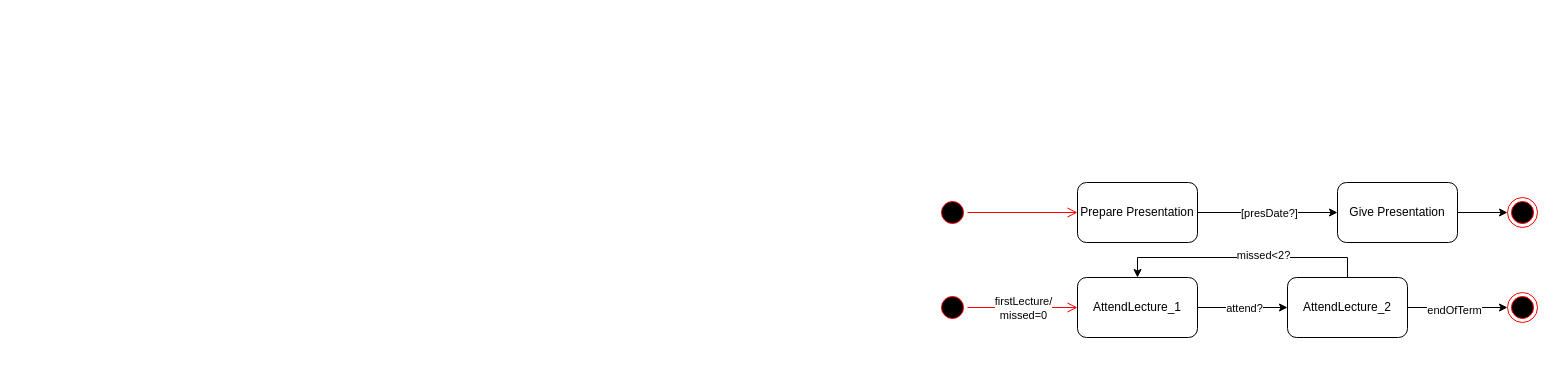
The draw.io diagram Experiment_5.drawio in chanu4321/SE-Lab, before the edit. Source tidied: cells renumbered, new cells numbered last; positions are measured from the earlier drawing's top-left corner, leaving out a move shared by most shapes. Both pictures are drawn from the tidied source at 100%, with x=0, y=0 at pixel (937, 182).
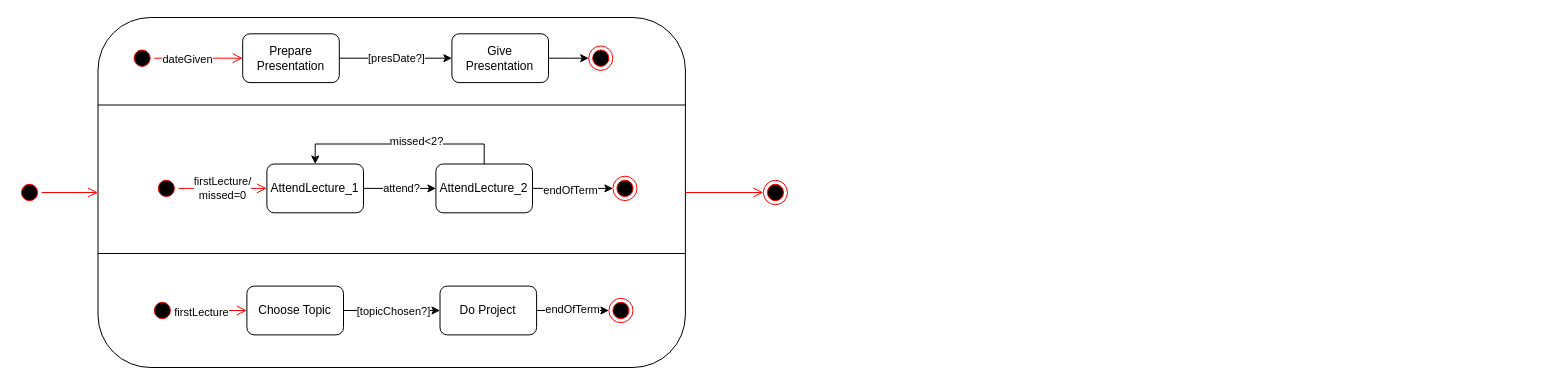
The same page after the edit.

Commit message:
Update State Machine

What changed in the source:
```diff
@@
+    <mxCell id="22" style="group;" parent="1" vertex="1">
+      <mxGeometry x="-920" y="-165" width="770" height="350" as="geometry" />
+    </mxCell>
+    <mxCell id="23" style="rounded=1;whiteSpace=wrap;html=1;" parent="22" vertex="1">
+      <mxGeometry x="80.5" width="587.4" height="350" as="geometry" />
+    </mxCell>
+    <mxCell id="24" style="group;" parent="22" vertex="1">
+      <mxGeometry x="112.6" y="16.3" width="482.8" height="48.8" as="geometry" />
+    </mxCell>
-    <mxCell id="2" style="ellipse;html=1;shape=startState;fillColor=#000000;strokeColor=#ff0000;" parent="1" vertex="1">
-      <mxGeometry y="15" width="30" height="30" as="geometry" />
+    <mxCell id="2" style="ellipse;html=1;shape=startState;fillColor=#000000;strokeColor=#ff0000;" parent="24" vertex="1">
+      <mxGeometry y="12.2" width="24.1" height="24.4" as="geometry" />
     </mxCell>
-    <mxCell id="3" style="edgeStyle=orthogonalEdgeStyle;html=1;verticalAlign=bottom;endArrow=open;endSize=8;strokeColor=#ff0000;rounded=0;entryX=0;entryY=0.5;entryDx=0;entryDy=0;exitX=1;exitY=0.5;exitDx=0;exitDy=0;" parent="1" edge="1" source="2" target="6">
+    <mxCell id="3" style="edgeStyle=orthogonalEdgeStyle;html=1;verticalAlign=bottom;endArrow=open;endSize=8;strokeColor=#ff0000;rounded=0;entryX=0;entryY=0.5;entryDx=0;entryDy=0;exitX=1;exitY=0.5;exitDx=0;exitDy=0;" parent="24" edge="1" source="2" target="6">
       <mxGeometry relative="1" as="geometry" />
     </mxCell>
+    <mxCell id="25" value="dateGiven" style="edgeLabel;html=1;align=center;verticalAlign=middle;" parent="3" vertex="1">
+      <mxGeometry x="-0.25" y="-1" relative="1" as="geometry" />
+    </mxCell>
-    <mxCell id="4" style="edgeStyle=orthogonalEdgeStyle;rounded=0;jettySize=auto;html=1;entryX=0;entryY=0.5;entryDx=0;entryDy=0;" parent="1" edge="1" source="6" target="8">
+    <mxCell id="4" style="edgeStyle=orthogonalEdgeStyle;rounded=0;jettySize=auto;html=1;entryX=0;entryY=0.5;entryDx=0;entryDy=0;" parent="24" edge="1" source="6" target="8">
       <mxGeometry relative="1" as="geometry" />
     </mxCell>
@@
-    <mxCell id="6" value="Prepare Presentation" style="rounded=1;whiteSpace=wrap;html=1;" parent="1" vertex="1">
-      <mxGeometry x="140" width="120" height="60" as="geometry" />
+    <mxCell id="6" value="Prepare Presentation" style="rounded=1;whiteSpace=wrap;html=1;" parent="24" vertex="1">
+      <mxGeometry x="112.6" width="96.6" height="48.8" as="geometry" />
     </mxCell>
-    <mxCell id="7" style="edgeStyle=orthogonalEdgeStyle;rounded=0;jettySize=auto;html=1;entryX=0;entryY=0.5;entryDx=0;entryDy=0;" parent="1" edge="1" source="8" target="9">
+    <mxCell id="7" style="edgeStyle=orthogonalEdgeStyle;rounded=0;jettySize=auto;html=1;entryX=0;entryY=0.5;entryDx=0;entryDy=0;" parent="24" edge="1" source="8" target="9">
       <mxGeometry relative="1" as="geometry" />
     </mxCell>
-    <mxCell id="8" value="Give Presentation" style="rounded=1;whiteSpace=wrap;html=1;" parent="1" vertex="1">
-      <mxGeometry x="400" width="120" height="60" as="geometry" />
+    <mxCell id="8" value="Give Presentation" style="rounded=1;whiteSpace=wrap;html=1;" parent="24" vertex="1">
+      <mxGeometry x="321.8" width="96.6" height="48.8" as="geometry" />
     </mxCell>
-    <mxCell id="9" style="ellipse;html=1;shape=endState;fillColor=#000000;strokeColor=#ff0000;" parent="1" vertex="1">
-      <mxGeometry x="570" y="15" width="30" height="30" as="geometry" />
+    <mxCell id="9" style="ellipse;html=1;shape=endState;fillColor=#000000;strokeColor=#ff0000;" parent="24" vertex="1">
+      <mxGeometry x="458.6" y="12.2" width="24.1" height="24.4" as="geometry" />
     </mxCell>
+    <mxCell id="26" style="group;" parent="22" vertex="1">
+      <mxGeometry x="136.8" y="146.5" width="482.8" height="48.8" as="geometry" />
+    </mxCell>
-    <mxCell id="10" style="ellipse;html=1;shape=startState;fillColor=#000000;strokeColor=#ff0000;" parent="1" vertex="1">
-      <mxGeometry y="110" width="30" height="30" as="geometry" />
+    <mxCell id="10" style="ellipse;html=1;shape=startState;fillColor=#000000;strokeColor=#ff0000;" parent="26" vertex="1">
+      <mxGeometry y="12.2" width="24.1" height="24.4" as="geometry" />
     </mxCell>
-    <mxCell id="11" style="edgeStyle=orthogonalEdgeStyle;html=1;verticalAlign=bottom;endArrow=open;endSize=8;strokeColor=#ff0000;rounded=0;entryX=0;entryY=0.5;entryDx=0;entryDy=0;exitX=1;exitY=0.5;exitDx=0;exitDy=0;" parent="1" edge="1" source="10" target="15">
+    <mxCell id="11" style="edgeStyle=orthogonalEdgeStyle;html=1;verticalAlign=bottom;endArrow=open;endSize=8;strokeColor=#ff0000;rounded=0;entryX=0;entryY=0.5;entryDx=0;entryDy=0;exitX=1;exitY=0.5;exitDx=0;exitDy=0;" parent="26" edge="1" source="10" target="15">
       <mxGeometry relative="1" as="geometry" />
     </mxCell>
@@
-    <mxCell id="13" style="edgeStyle=orthogonalEdgeStyle;rounded=0;jettySize=auto;html=1;entryX=0;entryY=0.5;entryDx=0;entryDy=0;" parent="1" edge="1" source="15" target="20">
+    <mxCell id="13" style="edgeStyle=orthogonalEdgeStyle;rounded=0;jettySize=auto;html=1;entryX=0;entryY=0.5;entryDx=0;entryDy=0;" parent="26" edge="1" source="15" target="20">
       <mxGeometry relative="1" as="geometry" />
     </mxCell>
@@
-    <mxCell id="15" value="AttendLecture_1" style="rounded=1;whiteSpace=wrap;html=1;" parent="1" vertex="1">
-      <mxGeometry x="140" y="95" width="120" height="60" as="geometry" />
+    <mxCell id="15" value="AttendLecture_1" style="rounded=1;whiteSpace=wrap;html=1;" parent="26" vertex="1">
+      <mxGeometry x="112.6" width="96.6" height="48.8" as="geometry" />
     </mxCell>
-    <mxCell id="16" style="edgeStyle=orthogonalEdgeStyle;rounded=0;jettySize=auto;html=1;entryX=0;entryY=0.5;entryDx=0;entryDy=0;" parent="1" edge="1" source="20" target="21">
+    <mxCell id="16" style="edgeStyle=orthogonalEdgeStyle;rounded=0;jettySize=auto;html=1;entryX=0;entryY=0.5;entryDx=0;entryDy=0;" parent="26" edge="1" source="20" target="21">
       <mxGeometry relative="1" as="geometry" />
     </mxCell>
@@
-    <mxCell id="18" style="edgeStyle=orthogonalEdgeStyle;rounded=0;jettySize=auto;html=1;entryX=0.5;entryY=0;entryDx=0;entryDy=0;exitX=0.5;exitY=0;exitDx=0;exitDy=0;" parent="1" edge="1" source="20" target="15">
+    <mxCell id="18" style="edgeStyle=orthogonalEdgeStyle;rounded=0;jettySize=auto;html=1;entryX=0.5;entryY=0;entryDx=0;entryDy=0;exitX=0.5;exitY=0;exitDx=0;exitDy=0;" parent="26" edge="1" source="20" target="15">
       <mxGeometry relative="1" as="geometry" />
     </mxCell>
@@
-    <mxCell id="20" value="AttendLecture_2" style="rounded=1;whiteSpace=wrap;html=1;" parent="1" vertex="1">
-      <mxGeometry x="350" y="95" width="120" height="60" as="geometry" />
+    <mxCell id="20" value="AttendLecture_2" style="rounded=1;whiteSpace=wrap;html=1;" parent="26" vertex="1">
+      <mxGeometry x="281.6" width="96.6" height="48.8" as="geometry" />
     </mxCell>
-    <mxCell id="21" style="ellipse;html=1;shape=endState;fillColor=#000000;strokeColor=#ff0000;" parent="1" vertex="1">
-      <mxGeometry x="570" y="110" width="30" height="30" as="geometry" />
+    <mxCell id="21" style="ellipse;html=1;shape=endState;fillColor=#000000;strokeColor=#ff0000;" parent="26" vertex="1">
+      <mxGeometry x="458.6" y="12.2" width="24.1" height="24.4" as="geometry" />
     </mxCell>
+    <mxCell id="27" style="group;" parent="22" vertex="1">
+      <mxGeometry x="132.8" y="268.6" width="482.8" height="48.8" as="geometry" />
+    </mxCell>
+    <mxCell id="28" style="ellipse;html=1;shape=startState;fillColor=#000000;strokeColor=#ff0000;" parent="27" vertex="1">
+      <mxGeometry y="12.2" width="24.1" height="24.4" as="geometry" />
+    </mxCell>
+    <mxCell id="29" style="edgeStyle=orthogonalEdgeStyle;html=1;verticalAlign=bottom;endArrow=open;endSize=8;strokeColor=#ff0000;rounded=0;entryX=0;entryY=0.5;entryDx=0;entryDy=0;exitX=1;exitY=0.5;exitDx=0;exitDy=0;" parent="27" edge="1" source="28" target="33">
+      <mxGeometry relative="1" as="geometry" />
+    </mxCell>
+    <mxCell id="30" value="firstLecture" style="edgeLabel;html=1;align=center;verticalAlign=middle;" parent="29" vertex="1">
+      <mxGeometry x="-0.25" y="-1" relative="1" as="geometry" />
+    </mxCell>
+    <mxCell id="31" style="edgeStyle=orthogonalEdgeStyle;rounded=0;jettySize=auto;html=1;entryX=0;entryY=0.5;entryDx=0;entryDy=0;" parent="27" edge="1" source="33" target="36">
+      <mxGeometry relative="1" as="geometry" />
+    </mxCell>
+    <mxCell id="32" value="[topicChosen?]" style="edgeLabel;html=1;align=center;verticalAlign=middle;" parent="31" vertex="1">
+      <mxGeometry y="1" relative="1" as="geometry">
+        <mxPoint x="1" y="1" as="offset" />
+      </mxGeometry>
+    </mxCell>
+    <mxCell id="33" value="Choose Topic" style="rounded=1;whiteSpace=wrap;html=1;" parent="27" vertex="1">
+      <mxGeometry x="96.6" width="96.6" height="48.8" as="geometry" />
+    </mxCell>
+    <mxCell id="34" style="edgeStyle=orthogonalEdgeStyle;rounded=0;jettySize=auto;html=1;entryX=0;entryY=0.5;entryDx=0;entryDy=0;" parent="27" edge="1" source="36" target="37">
+      <mxGeometry relative="1" as="geometry" />
+    </mxCell>
+    <mxCell id="35" value="endOfTerm" style="edgeLabel;html=1;align=center;verticalAlign=middle;" parent="34" vertex="1">
+      <mxGeometry x="-0.04" y="2" relative="1" as="geometry" />
+    </mxCell>
+    <mxCell id="36" value="Do Project" style="rounded=1;whiteSpace=wrap;html=1;" parent="27" vertex="1">
+      <mxGeometry x="289.7" width="96.6" height="48.8" as="geometry" />
+    </mxCell>
+    <mxCell id="37" style="ellipse;html=1;shape=endState;fillColor=#000000;strokeColor=#ff0000;" parent="27" vertex="1">
+      <mxGeometry x="458.6" y="12.2" width="24.1" height="24.4" as="geometry" />
+    </mxCell>
+    <mxCell id="38" style="endArrow=none;html=1;rounded=0;exitX=0;exitY=0.25;exitDx=0;exitDy=0;entryX=1;entryY=0.25;entryDx=0;entryDy=0;" parent="22" edge="1" source="23" target="23">
+      <mxGeometry relative="1" as="geometry" />
+    </mxCell>
+    <mxCell id="39" style="endArrow=none;html=1;rounded=0;exitX=0;exitY=0.75;exitDx=0;exitDy=0;entryX=1;entryY=0.75;entryDx=0;entryDy=0;" parent="22" edge="1">
+      <mxGeometry relative="1" as="geometry">
+        <mxPoint x="80.5" y="236" as="sourcePoint" />
+        <mxPoint x="667.8" y="236" as="targetPoint" />
+      </mxGeometry>
+    </mxCell>
+    <mxCell id="40" style="ellipse;html=1;shape=startState;fillColor=#000000;strokeColor=#ff0000;" parent="22" vertex="1">
+      <mxGeometry y="162.8" width="24.1" height="24.4" as="geometry" />
+    </mxCell>
+    <mxCell id="41" style="edgeStyle=orthogonalEdgeStyle;html=1;verticalAlign=bottom;endArrow=open;endSize=8;strokeColor=#ff0000;rounded=0;entryX=0;entryY=0.5;entryDx=0;entryDy=0;" parent="22" edge="1" source="40" target="23">
+      <mxGeometry relative="1" as="geometry" />
+    </mxCell>
+    <mxCell id="42" style="ellipse;html=1;shape=endState;fillColor=#000000;strokeColor=#ff0000;" parent="22" vertex="1">
+      <mxGeometry x="745.9" y="162.8" width="24.1" height="24.4" as="geometry" />
+    </mxCell>
+    <mxCell id="43" style="edgeStyle=orthogonalEdgeStyle;html=1;verticalAlign=bottom;endArrow=open;endSize=8;strokeColor=#ff0000;rounded=0;entryX=0;entryY=0.5;entryDx=0;entryDy=0;exitX=1;exitY=0.5;exitDx=0;exitDy=0;" parent="22" edge="1" source="23" target="42">
+      <mxGeometry relative="1" as="geometry" />
+    </mxCell>
```
